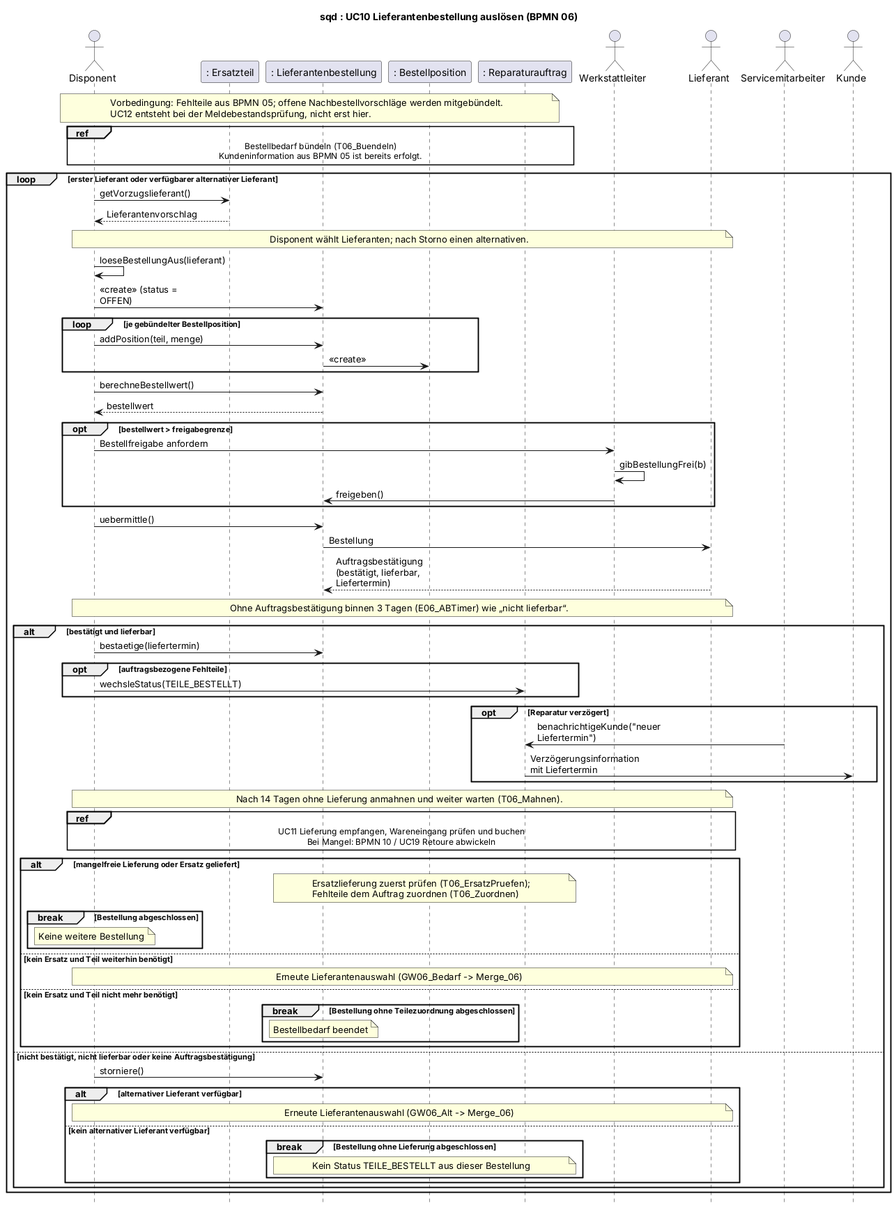
Earlier version of the PlantUML export uml/sequenz-06-nachbestellvorschlag.png (jakobschwan123-cmd/casestudy-semester-3).
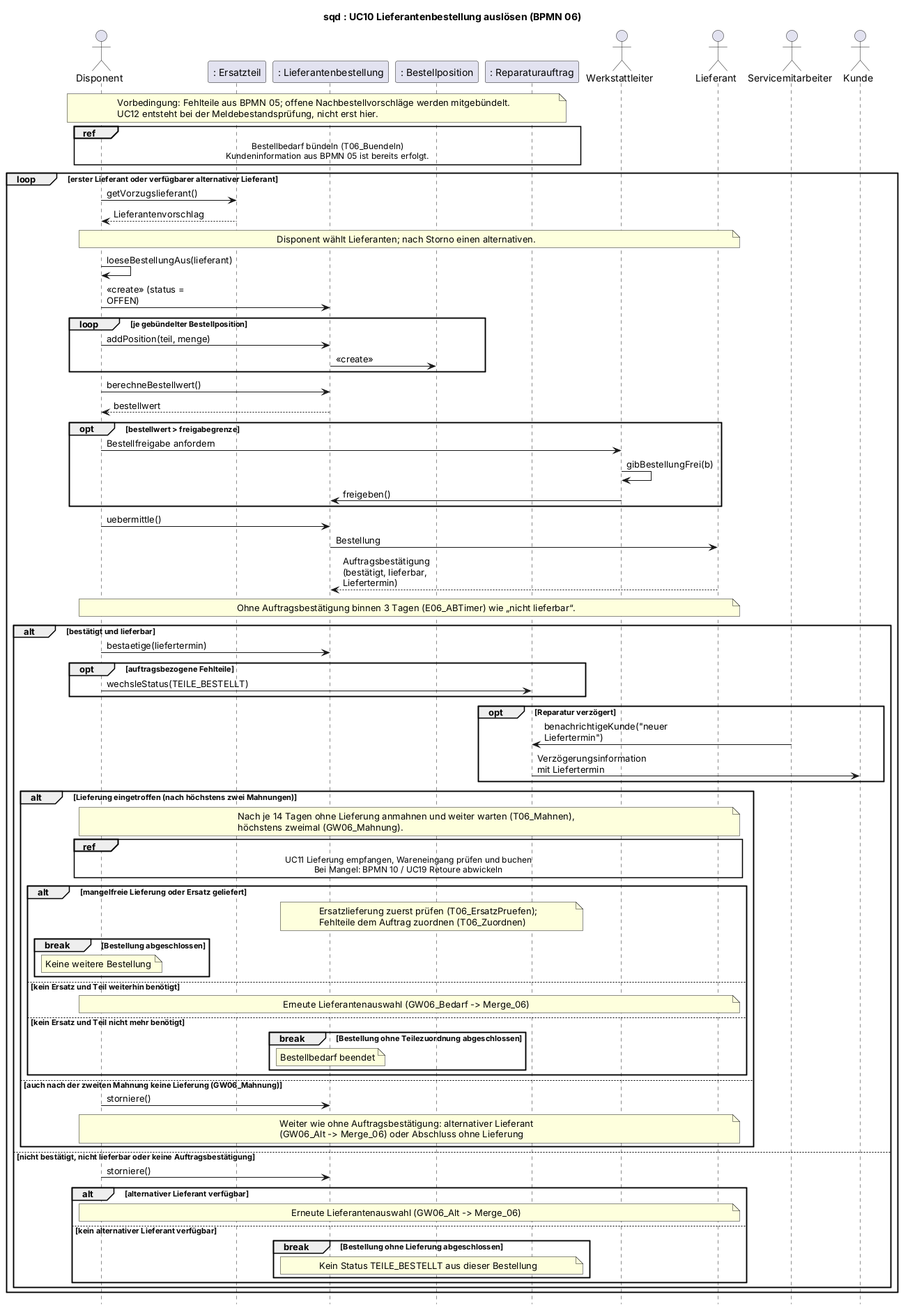
The same diagram one commit later.

Diff of the diagram source:
```diff
@@ -47,19 +47,24 @@
             SM -> RA : benachrichtigeKunde("neuer Liefertermin")
             RA -> Kunde : Verzögerungsinformation mit Liefertermin
         end
-        note over Disponent, Lieferant : Nach 14 Tagen ohne Lieferung anmahnen und weiter warten (T06_Mahnen).
-        ref over Disponent, BEST, Lieferant : UC11 Lieferung empfangen, Wareneingang prüfen und buchen\nBei Mangel: BPMN 10 / UC19 Retoure abwickeln
-        alt mangelfreie Lieferung oder Ersatz geliefert
-            note over BEST, RA : Ersatzlieferung zuerst prüfen (T06_ErsatzPruefen);\nFehlteile dem Auftrag zuordnen (T06_Zuordnen)
-            break Bestellung abgeschlossen
-                note over Disponent : Keine weitere Bestellung
+        alt Lieferung eingetroffen (nach höchstens zwei Mahnungen)
+            note over Disponent, Lieferant : Nach je 14 Tagen ohne Lieferung anmahnen und weiter warten (T06_Mahnen),\nhöchstens zweimal (GW06_Mahnung).
+            ref over Disponent, BEST, Lieferant : UC11 Lieferung empfangen, Wareneingang prüfen und buchen\nBei Mangel: BPMN 10 / UC19 Retoure abwickeln
+            alt mangelfreie Lieferung oder Ersatz geliefert
+                note over BEST, RA : Ersatzlieferung zuerst prüfen (T06_ErsatzPruefen);\nFehlteile dem Auftrag zuordnen (T06_Zuordnen)
+                break Bestellung abgeschlossen
+                    note over Disponent : Keine weitere Bestellung
+                end
+            else kein Ersatz und Teil weiterhin benötigt
+                note over Disponent, Lieferant : Erneute Lieferantenauswahl (GW06_Bedarf -> Merge_06)
+            else kein Ersatz und Teil nicht mehr benötigt
+                break Bestellung ohne Teilezuordnung abgeschlossen
+                    note over BEST : Bestellbedarf beendet
+                end
             end
-        else kein Ersatz und Teil weiterhin benötigt
-            note over Disponent, Lieferant : Erneute Lieferantenauswahl (GW06_Bedarf -> Merge_06)
-        else kein Ersatz und Teil nicht mehr benötigt
-            break Bestellung ohne Teilezuordnung abgeschlossen
-                note over BEST : Bestellbedarf beendet
-            end
+        else auch nach der zweiten Mahnung keine Lieferung (GW06_Mahnung)
+            Disponent -> BEST : storniere()
+            note over Disponent, Lieferant : Weiter wie ohne Auftragsbestätigung: alternativer Lieferant\n(GW06_Alt -> Merge_06) oder Abschluss ohne Lieferung
         end
     else nicht bestätigt, nicht lieferbar oder keine Auftragsbestätigung
         Disponent -> BEST : storniere()
```
